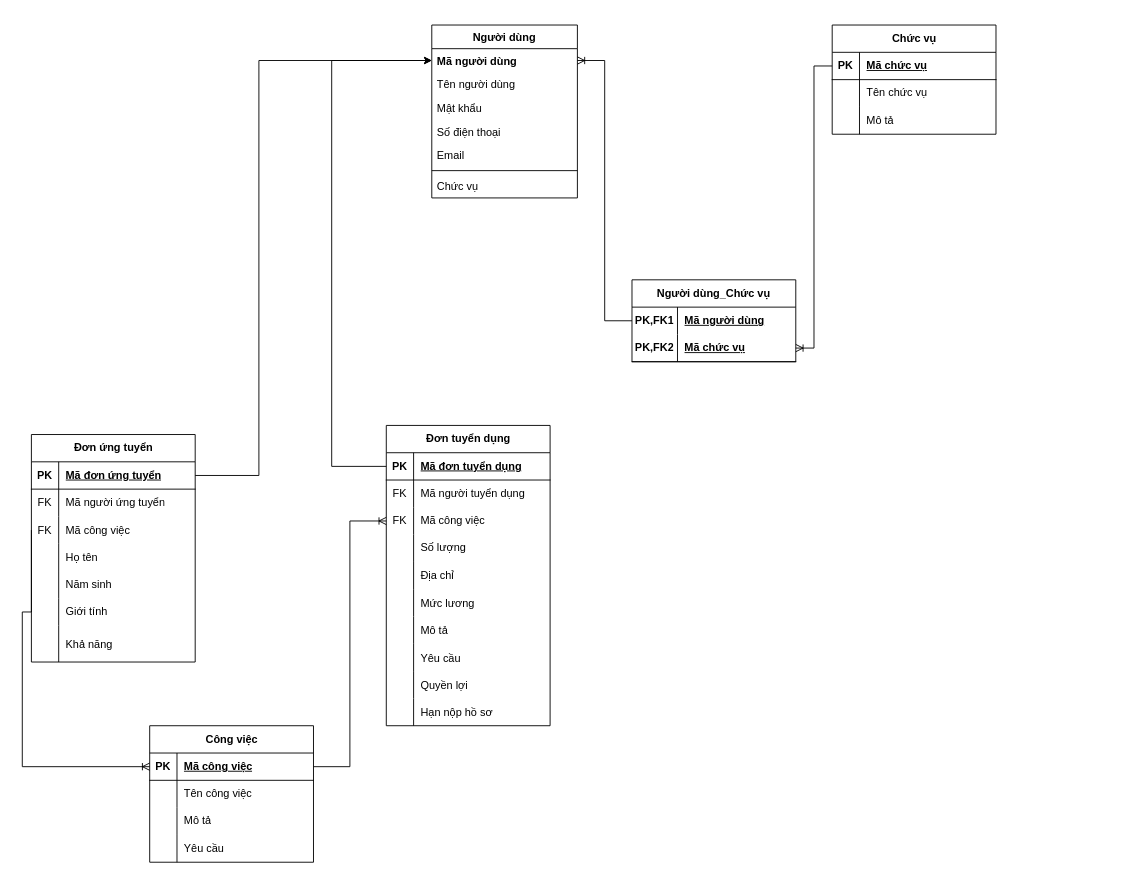
Above: ThucThe.drawio in LeeTaDa/LeTatDat (draw.io), before the change. Source tidied: cells renumbered, new cells numbered last; positions are measured from the earlier drawing's top-left corner, leaving out a move shared by most shapes. Both pictures are drawn from the tidied source at 91%, with x=0, y=0 at pixel (22, 25).
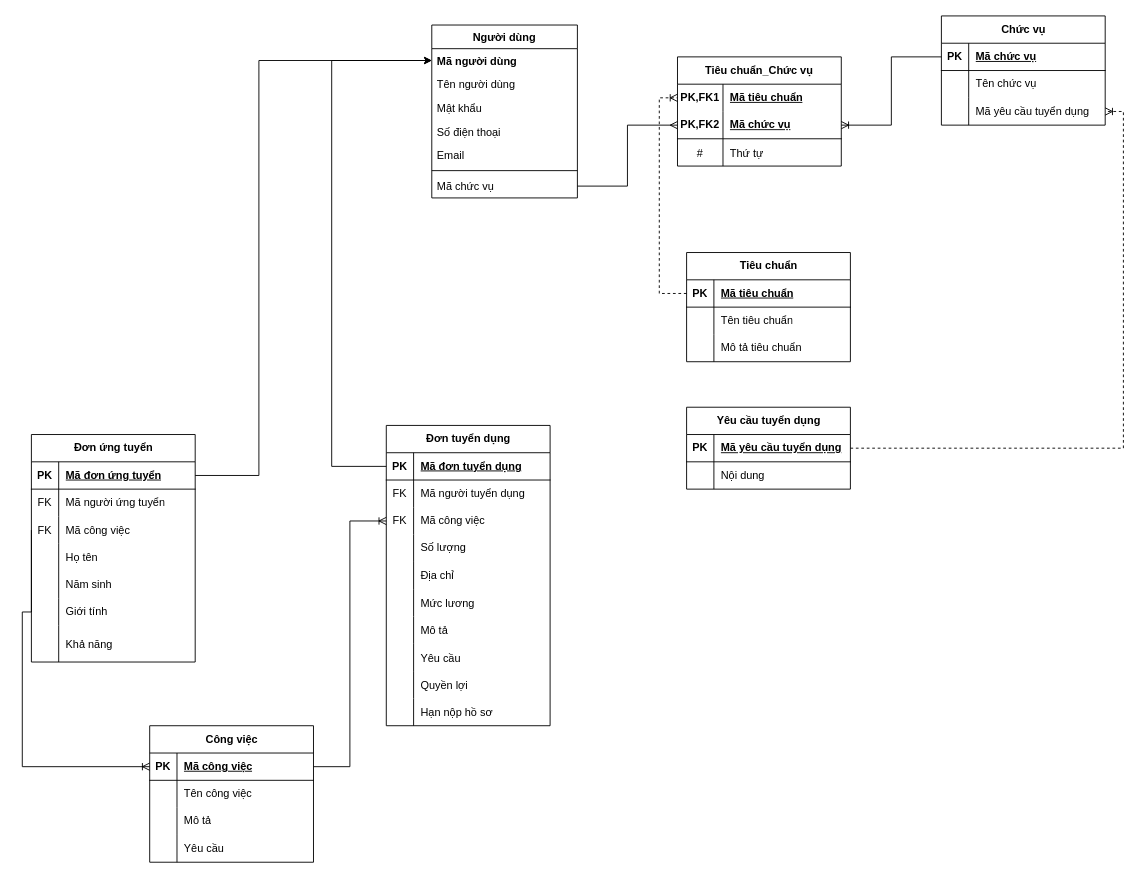
The same page after the edit.

Unchanged cells that the change refers to:
```xml
<mxCell id="2" value="Người dùng" style="swimlane;fontStyle=1;align=center;verticalAlign=top;horizontal=1;startSize=26;rounded=0;shadow=0;strokeWidth=1;" parent="1" vertex="1">
  <mxGeometry x="450" width="160" height="190" as="geometry" />
</mxCell>
<mxCell id="3" value="Mã người dùng" style="text;strokeColor=none;fillColor=none;align=left;verticalAlign=top;spacingLeft=4;spacingRight=4;overflow=hidden;points=[[0,0.5],[1,0.5]];portConstraint=eastwest;whiteSpace=wrap;html=1;fontStyle=1;" parent="2" vertex="1">
  <mxGeometry y="26" width="160" height="26" as="geometry" />
</mxCell>
<mxCell id="84" style="shape=tableRow;horizontal=0;startSize=0;swimlaneHead=0;swimlaneBody=0;fillColor=none;points=[[0,0.5],[1,0.5]];portConstraint=eastwest;top=0;left=0;right=0;bottom=0;" parent="77" vertex="1">
  <mxGeometry y="90" width="180" height="30" as="geometry" />
</mxCell>
<mxCell id="88" style="shape=tableRow;horizontal=0;startSize=0;swimlaneHead=0;swimlaneBody=0;fillColor=none;points=[[0,0.5],[1,0.5]];portConstraint=eastwest;top=0;left=0;right=0;bottom=0;html=1;" parent="87" vertex="1">
  <mxGeometry y="30" width="180" height="30" as="geometry" />
</mxCell>
<mxCell id="91" style="shape=tableRow;horizontal=0;startSize=0;swimlaneHead=0;swimlaneBody=0;fillColor=none;points=[[0,0.5],[1,0.5]];portConstraint=eastwest;top=0;left=0;right=0;bottom=1;html=1;" parent="87" vertex="1">
  <mxGeometry y="60" width="180" height="30" as="geometry" />
</mxCell>
```

The edit, as a diff of the source:
```diff
@@
-    <mxCell id="9" value="Chức vụ" style="text;align=left;verticalAlign=top;spacingLeft=4;spacingRight=4;overflow=hidden;points=[[0,0.5],[1,0.5]];portConstraint=eastwest;" parent="2" vertex="1">
+    <mxCell id="9" value="Mã chức vụ&#10;" style="text;align=left;verticalAlign=top;spacingLeft=4;spacingRight=4;overflow=hidden;points=[[0,0.5],[1,0.5]];portConstraint=eastwest;" parent="2" vertex="1">
       <mxGeometry y="164" width="160" height="26" as="geometry" />
     </mxCell>
@@
     <mxCell id="77" value="Chức vụ" style="shape=table;startSize=30;childLayout=tableLayout;rowLines=0;fontStyle=1;align=center;html=1;" parent="1" vertex="1">
-      <mxGeometry x="890" width="180" height="120" as="geometry" />
+      <mxGeometry x="1010" y="-10" width="180" height="120" as="geometry" />
     </mxCell>
@@
-    <mxCell id="86" value="Mô tả" style="shape=partialRectangle;fillColor=none;top=0;left=0;bottom=0;right=0;align=left;spacingLeft=6;overflow=hidden;whiteSpace=wrap;html=1;" parent="84" vertex="1">
+    <mxCell id="86" value="Mã y&lt;span style=&quot;background-color: initial;&quot;&gt;êu cầu tuyển dụng&lt;/span&gt;" style="shape=partialRectangle;fillColor=none;top=0;left=0;bottom=0;right=0;align=left;spacingLeft=6;overflow=hidden;whiteSpace=wrap;html=1;" parent="84" vertex="1">
       <mxGeometry x="30" width="150" height="30" as="geometry" />
     </mxCell>
-    <mxCell id="87" value="Người dùng_Chức vụ" style="shape=table;startSize=30;childLayout=tableLayout;rowLines=0;fontStyle=1;align=center;html=1;whiteSpace=wrap;" parent="1" vertex="1">
-      <mxGeometry x="670" y="280" width="180" height="90" as="geometry" />
+    <mxCell id="87" value="Tiêu chuẩn_Chức vụ" style="shape=table;startSize=30;childLayout=tableLayout;rowLines=0;fontStyle=1;align=center;html=1;whiteSpace=wrap;" parent="1" vertex="1">
+      <mxGeometry x="720" y="35" width="180" height="120" as="geometry" />
     </mxCell>
@@
-    <mxCell id="90" value="Mã người dùng" style="shape=partialRectangle;fillColor=none;top=0;left=0;bottom=0;right=0;align=left;spacingLeft=6;fontStyle=5;overflow=hidden;html=1;whiteSpace=wrap;" parent="88" vertex="1">
+    <mxCell id="90" value="Mã tiêu chuẩn" style="shape=partialRectangle;fillColor=none;top=0;left=0;bottom=0;right=0;align=left;spacingLeft=6;fontStyle=5;overflow=hidden;html=1;whiteSpace=wrap;" parent="88" vertex="1">
       <mxGeometry x="50" width="130" height="30" as="geometry" />
     </mxCell>
@@
+    <mxCell id="99" style="shape=tableRow;horizontal=0;startSize=0;swimlaneHead=0;swimlaneBody=0;fillColor=none;top=0;left=0;right=0;bottom=0;" parent="87" vertex="1">
+      <mxGeometry y="90" width="180" height="30" as="geometry" />
+    </mxCell>
+    <mxCell id="100" value="#" style="shape=partialRectangle;fillColor=none;top=0;left=0;bottom=0;right=0;overflow=hidden;" parent="99" vertex="1">
+      <mxGeometry width="50" height="30" as="geometry" />
+    </mxCell>
+    <mxCell id="101" value="Thứ tự" style="shape=partialRectangle;fillColor=none;top=0;left=0;bottom=0;right=0;align=left;spacingLeft=6;overflow=hidden;" parent="99" vertex="1">
+      <mxGeometry x="50" width="130" height="30" as="geometry" />
+    </mxCell>
@@
-    <mxCell id="98" style="edgeStyle=orthogonalEdgeStyle;fontSize=12;html=1;endArrow=ERoneToMany;rounded=0;entryX=1;entryY=0.5;entryDx=0;entryDy=0;exitX=0;exitY=0.5;exitDx=0;exitDy=0;" parent="1" edge="1" source="88" target="3">
-      <mxGeometry relative="1" as="geometry" />
-    </mxCell>
+    <mxCell id="102" style="rounded=0;jettySize=auto;html=1;entryX=0;entryY=0.5;entryDx=0;entryDy=0;endArrow=ERoneToMany;endFill=0;dashed=1;exitX=0;exitY=0.5;exitDx=0;exitDy=0;edgeStyle=orthogonalEdgeStyle;" parent="1" edge="1" source="104" target="88">
+      <mxGeometry relative="1" as="geometry" />
+    </mxCell>
+    <mxCell id="103" value="Tiêu chuẩn" style="shape=table;startSize=30;childLayout=tableLayout;rowLines=0;fontStyle=1;align=center;html=1;" parent="1" vertex="1">
+      <mxGeometry x="730" y="250" width="180" height="120" as="geometry" />
+    </mxCell>
+    <mxCell id="104" style="shape=tableRow;horizontal=0;startSize=0;swimlaneHead=0;swimlaneBody=0;fillColor=none;points=[[0,0.5],[1,0.5]];portConstraint=eastwest;top=0;left=0;right=0;bottom=1;" parent="103" vertex="1">
+      <mxGeometry y="30" width="180" height="30" as="geometry" />
+    </mxCell>
+    <mxCell id="105" value="PK" style="shape=partialRectangle;fillColor=none;top=0;left=0;bottom=0;right=0;fontStyle=1;overflow=hidden;whiteSpace=wrap;html=1;" parent="104" vertex="1">
+      <mxGeometry width="30" height="30" as="geometry" />
+    </mxCell>
+    <mxCell id="106" value="Mã tiêu chuẩn" style="shape=partialRectangle;fillColor=none;top=0;left=0;bottom=0;right=0;align=left;spacingLeft=6;fontStyle=5;overflow=hidden;whiteSpace=wrap;html=1;" parent="104" vertex="1">
+      <mxGeometry x="30" width="150" height="30" as="geometry" />
+    </mxCell>
+    <mxCell id="107" style="shape=tableRow;horizontal=0;startSize=0;swimlaneHead=0;swimlaneBody=0;fillColor=none;top=0;left=0;right=0;bottom=0;" parent="103" vertex="1">
+      <mxGeometry y="60" width="180" height="30" as="geometry" />
+    </mxCell>
+    <mxCell id="108" style="shape=partialRectangle;fillColor=none;top=0;left=0;bottom=0;right=0;overflow=hidden;whiteSpace=wrap;html=1;" parent="107" vertex="1">
+      <mxGeometry width="30" height="30" as="geometry" />
+    </mxCell>
+    <mxCell id="109" value="Tên tiêu chuẩn" style="shape=partialRectangle;fillColor=none;top=0;left=0;bottom=0;right=0;align=left;spacingLeft=6;overflow=hidden;whiteSpace=wrap;html=1;" parent="107" vertex="1">
+      <mxGeometry x="30" width="150" height="30" as="geometry" />
+    </mxCell>
+    <mxCell id="110" style="shape=tableRow;horizontal=0;startSize=0;swimlaneHead=0;swimlaneBody=0;fillColor=none;top=0;left=0;right=0;bottom=0;" parent="103" vertex="1">
+      <mxGeometry y="90" width="180" height="30" as="geometry" />
+    </mxCell>
+    <mxCell id="111" style="shape=partialRectangle;fillColor=none;top=0;left=0;bottom=0;right=0;overflow=hidden;whiteSpace=wrap;html=1;" parent="110" vertex="1">
+      <mxGeometry width="30" height="30" as="geometry" />
+    </mxCell>
+    <mxCell id="112" value="Mô tả tiêu chuẩn" style="shape=partialRectangle;fillColor=none;top=0;left=0;bottom=0;right=0;align=left;spacingLeft=6;overflow=hidden;whiteSpace=wrap;html=1;" parent="110" vertex="1">
+      <mxGeometry x="30" width="150" height="30" as="geometry" />
+    </mxCell>
+    <mxCell id="113" value="Yêu cầu tuyển dụng" style="shape=table;startSize=30;childLayout=tableLayout;rowLines=0;fontStyle=1;align=center;html=1;" parent="1" vertex="1">
+      <mxGeometry x="730" y="420" width="180" height="90" as="geometry" />
+    </mxCell>
+    <mxCell id="114" style="shape=tableRow;horizontal=0;startSize=0;swimlaneHead=0;swimlaneBody=0;fillColor=none;points=[[0,0.5],[1,0.5]];portConstraint=eastwest;top=0;left=0;right=0;bottom=1;" parent="113" vertex="1">
+      <mxGeometry y="30" width="180" height="30" as="geometry" />
+    </mxCell>
+    <mxCell id="115" value="PK" style="shape=partialRectangle;fillColor=none;top=0;left=0;bottom=0;right=0;fontStyle=1;overflow=hidden;whiteSpace=wrap;html=1;" parent="114" vertex="1">
+      <mxGeometry width="30" height="30" as="geometry" />
+    </mxCell>
+    <mxCell id="116" value="Mã yêu cầu tuyển dụng" style="shape=partialRectangle;fillColor=none;top=0;left=0;bottom=0;right=0;align=left;spacingLeft=6;fontStyle=5;overflow=hidden;whiteSpace=wrap;html=1;" parent="114" vertex="1">
+      <mxGeometry x="30" width="150" height="30" as="geometry" />
+    </mxCell>
+    <mxCell id="117" style="shape=tableRow;horizontal=0;startSize=0;swimlaneHead=0;swimlaneBody=0;fillColor=none;top=0;left=0;right=0;bottom=0;" parent="113" vertex="1">
+      <mxGeometry y="60" width="180" height="30" as="geometry" />
+    </mxCell>
+    <mxCell id="118" style="shape=partialRectangle;fillColor=none;top=0;left=0;bottom=0;right=0;overflow=hidden;whiteSpace=wrap;html=1;" parent="117" vertex="1">
+      <mxGeometry width="30" height="30" as="geometry" />
+    </mxCell>
+    <mxCell id="119" value="Nội dung" style="shape=partialRectangle;fillColor=none;top=0;left=0;bottom=0;right=0;align=left;spacingLeft=6;overflow=hidden;whiteSpace=wrap;html=1;" parent="117" vertex="1">
+      <mxGeometry x="30" width="150" height="30" as="geometry" />
+    </mxCell>
+    <mxCell id="120" style="edgeStyle=orthogonalEdgeStyle;rounded=0;jettySize=auto;html=1;entryX=1;entryY=0.5;entryDx=0;entryDy=0;endArrow=ERoneToMany;endFill=0;dashed=1;" parent="1" edge="1" source="114" target="84">
+      <mxGeometry relative="1" as="geometry" />
+    </mxCell>
+    <mxCell id="121" style="edgeStyle=orthogonalEdgeStyle;rounded=0;jettySize=auto;html=1;exitX=1;exitY=0.5;exitDx=0;exitDy=0;endArrow=ERmany;endFill=0;" parent="1" edge="1" source="9" target="91">
+      <mxGeometry relative="1" as="geometry" />
+    </mxCell>
```
